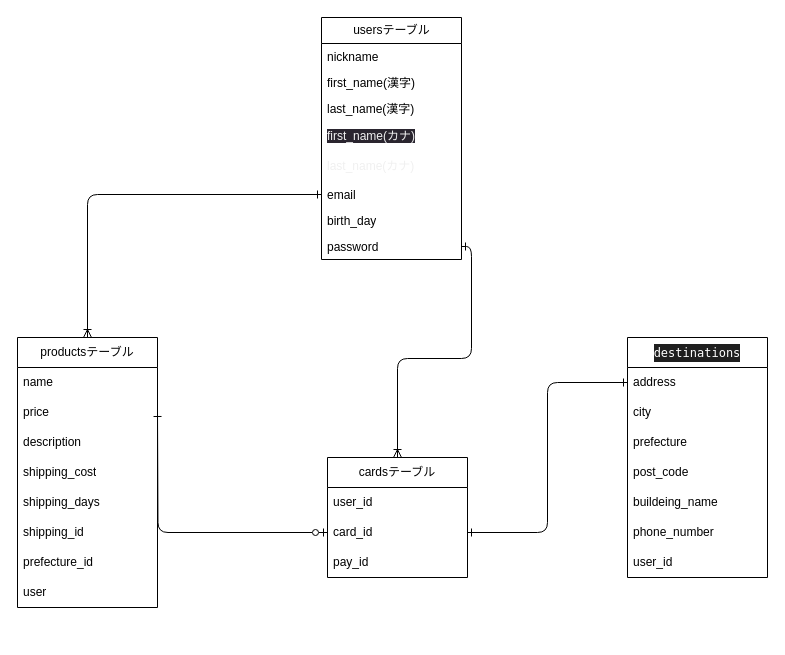
The draw.io diagram furima.dio in teppei1204/furima-41774, before the edit. Source tidied: cells renumbered, new cells numbered last; positions are measured from the earlier drawing's top-left corner, leaving out a move shared by most shapes. Both pictures are drawn from the tidied source at 100%, with x=0, y=0 at pixel (17, 17).
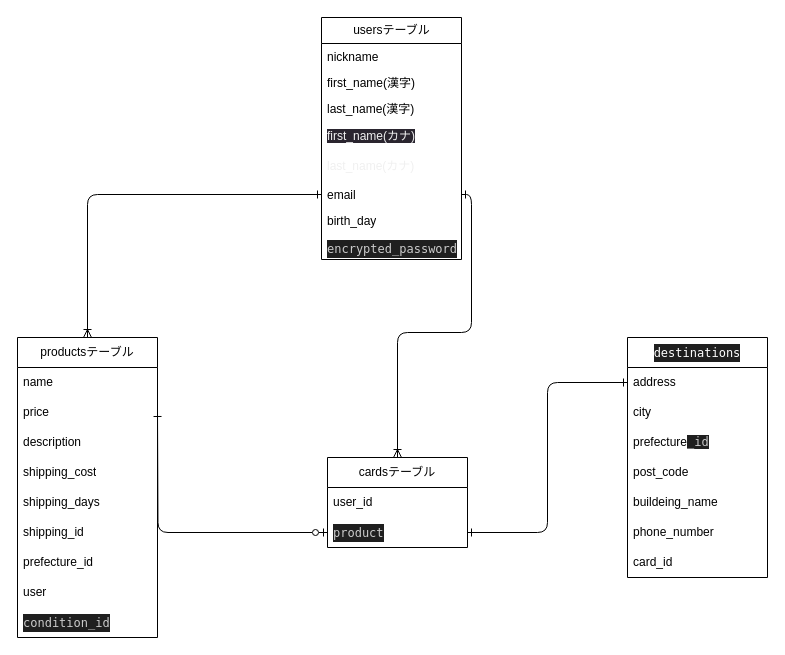
After the change.

Unchanged cells that the change refers to:
```xml
<mxCell id="2" value="usersテーブル" style="swimlane;fontStyle=0;horizontal=1;startSize=26;fillColor=none;html=1;" parent="1" vertex="1">
  <mxGeometry x="304" width="140" height="242" as="geometry" />
</mxCell>
<mxCell id="8" value="email" style="text;strokeColor=none;fillColor=none;align=left;verticalAlign=top;spacingLeft=4;spacingRight=4;overflow=hidden;points=[[0,0.5],[1,0.5]];portConstraint=eastwest;whiteSpace=wrap;html=1;" parent="2" vertex="1">
  <mxGeometry y="164" width="140" height="26" as="geometry" />
</mxCell>
<mxCell id="11" value="&lt;div style=&quot;background-color: rgb(31, 31, 31); font-family: Menlo, Monaco, &amp;quot;Courier New&amp;quot;, monospace; line-height: 18px;&quot;&gt;&lt;font color=&quot;#ffffff&quot;&gt;destinations&lt;/font&gt;&lt;/div&gt;" style="swimlane;fontStyle=0;horizontal=1;startSize=30;whiteSpace=wrap;html=1;" parent="1" vertex="1">
  <mxGeometry x="610" y="320" width="140" height="240" as="geometry" />
</mxCell>
```

The edit, as a diff of the source:
```diff
@@
-    <mxCell id="10" value="password" style="text;strokeColor=none;fillColor=none;align=left;verticalAlign=top;spacingLeft=4;spacingRight=4;overflow=hidden;points=[[0,0.5],[1,0.5]];portConstraint=eastwest;whiteSpace=wrap;html=1;" parent="2" vertex="1">
+    <mxCell id="10" value="&lt;div style=&quot;color: rgb(204, 204, 204); background-color: rgb(31, 31, 31); font-family: Menlo, Monaco, &amp;quot;Courier New&amp;quot;, monospace; line-height: 18px;&quot;&gt;encrypted_password&lt;/div&gt;" style="text;strokeColor=none;fillColor=none;align=left;verticalAlign=top;spacingLeft=4;spacingRight=4;overflow=hidden;points=[[0,0.5],[1,0.5]];portConstraint=eastwest;whiteSpace=wrap;html=1;" parent="2" vertex="1">
       <mxGeometry y="216" width="140" height="26" as="geometry" />
     </mxCell>
@@
-    <mxCell id="14" value="prefecture" style="text;strokeColor=none;fillColor=none;align=left;verticalAlign=middle;spacingLeft=4;spacingRight=4;overflow=hidden;whiteSpace=wrap;html=1;" parent="11" vertex="1">
+    <mxCell id="14" value="prefecture&lt;span style=&quot;color: rgb(204, 204, 204); font-family: Menlo, Monaco, &amp;quot;Courier New&amp;quot;, monospace; background-color: rgb(31, 31, 31);&quot;&gt;_id&lt;/span&gt;" style="text;strokeColor=none;fillColor=none;align=left;verticalAlign=middle;spacingLeft=4;spacingRight=4;overflow=hidden;whiteSpace=wrap;html=1;" parent="11" vertex="1">
       <mxGeometry y="90" width="140" height="30" as="geometry" />
     </mxCell>
@@
-    <mxCell id="18" value="user_id" style="text;strokeColor=none;fillColor=none;align=left;verticalAlign=middle;spacingLeft=4;spacingRight=4;overflow=hidden;whiteSpace=wrap;html=1;" parent="11" vertex="1">
+    <mxCell id="18" value="card_id" style="text;strokeColor=none;fillColor=none;align=left;verticalAlign=middle;spacingLeft=4;spacingRight=4;overflow=hidden;whiteSpace=wrap;html=1;" parent="11" vertex="1">
       <mxGeometry y="210" width="140" height="30" as="geometry" />
     </mxCell>
@@
     <mxCell id="20" value="productsテーブル" style="swimlane;fontStyle=0;horizontal=1;startSize=30;whiteSpace=wrap;html=1;" parent="1" vertex="1">
-      <mxGeometry y="320" width="140" height="270" as="geometry" />
+      <mxGeometry y="320" width="140" height="300" as="geometry" />
     </mxCell>
@@
+    <mxCell id="36" value="&lt;div style=&quot;color: rgb(204, 204, 204); background-color: rgb(31, 31, 31); font-family: Menlo, Monaco, &amp;quot;Courier New&amp;quot;, monospace; line-height: 18px;&quot;&gt;condition_id&lt;/div&gt;" style="text;strokeColor=none;fillColor=none;align=left;verticalAlign=middle;spacingLeft=4;spacingRight=4;overflow=hidden;whiteSpace=wrap;html=1;fontColor=#ffffff;" parent="20" vertex="1">
+      <mxGeometry y="270" width="140" height="30" as="geometry" />
+    </mxCell>
-    <mxCell id="29" style="edgeStyle=orthogonalEdgeStyle;html=1;exitX=0.5;exitY=0;exitDx=0;exitDy=0;entryX=1;entryY=0.5;entryDx=0;entryDy=0;startArrow=ERoneToMany;startFill=0;endArrow=ERone;endFill=0;" parent="1" edge="1" source="30" target="10">
+    <mxCell id="29" style="html=1;exitX=0.5;exitY=0;exitDx=0;exitDy=0;entryX=1;entryY=0.5;entryDx=0;entryDy=0;startArrow=ERoneToMany;startFill=0;endArrow=ERone;endFill=0;edgeStyle=orthogonalEdgeStyle;" parent="1" edge="1" source="30" target="8">
       <mxGeometry relative="1" as="geometry" />
     </mxCell>
     <mxCell id="30" value="cardsテーブル" style="swimlane;fontStyle=0;horizontal=1;startSize=30;whiteSpace=wrap;html=1;" parent="1" vertex="1">
-      <mxGeometry x="310" y="440" width="140" height="120" as="geometry" />
+      <mxGeometry x="310" y="440" width="140" height="90" as="geometry" />
     </mxCell>
@@
-    <mxCell id="32" value="card_id" style="text;strokeColor=none;fillColor=none;align=left;verticalAlign=middle;spacingLeft=4;spacingRight=4;overflow=hidden;points=[[0,0.5],[1,0.5]];portConstraint=eastwest;whiteSpace=wrap;html=1;" parent="30" vertex="1">
+    <mxCell id="32" value="&lt;div style=&quot;color: rgb(204, 204, 204); background-color: rgb(31, 31, 31); font-family: Menlo, Monaco, &amp;quot;Courier New&amp;quot;, monospace; line-height: 18px;&quot;&gt;product&lt;/div&gt;" style="text;strokeColor=none;fillColor=none;align=left;verticalAlign=middle;spacingLeft=4;spacingRight=4;overflow=hidden;points=[[0,0.5],[1,0.5]];portConstraint=eastwest;whiteSpace=wrap;html=1;" parent="30" vertex="1">
       <mxGeometry y="60" width="140" height="30" as="geometry" />
     </mxCell>
-    <mxCell id="33" value="pay_id" style="text;strokeColor=none;fillColor=none;align=left;verticalAlign=middle;spacingLeft=4;spacingRight=4;overflow=hidden;whiteSpace=wrap;html=1;" parent="30" vertex="1">
-      <mxGeometry y="90" width="140" height="30" as="geometry" />
-    </mxCell>
```
